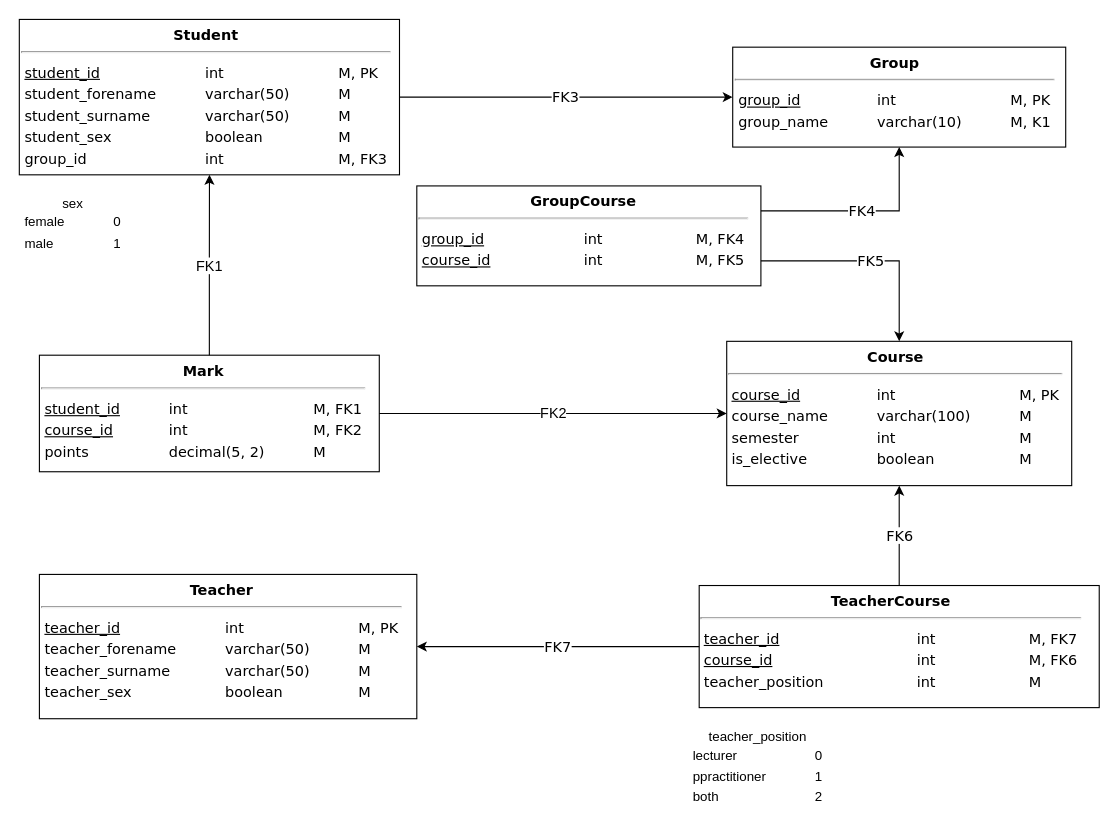
Above: hw02/src/physical-scheme.drawio in cannor147/itmo-db (draw.io), before the change. Source tidied: cells renumbered, new cells numbered last; positions are measured from the earlier drawing's top-left corner, leaving out a move shared by most shapes. Both pictures are drawn from the tidied source at 111%, with x=0, y=0 at pixel (19, 19).
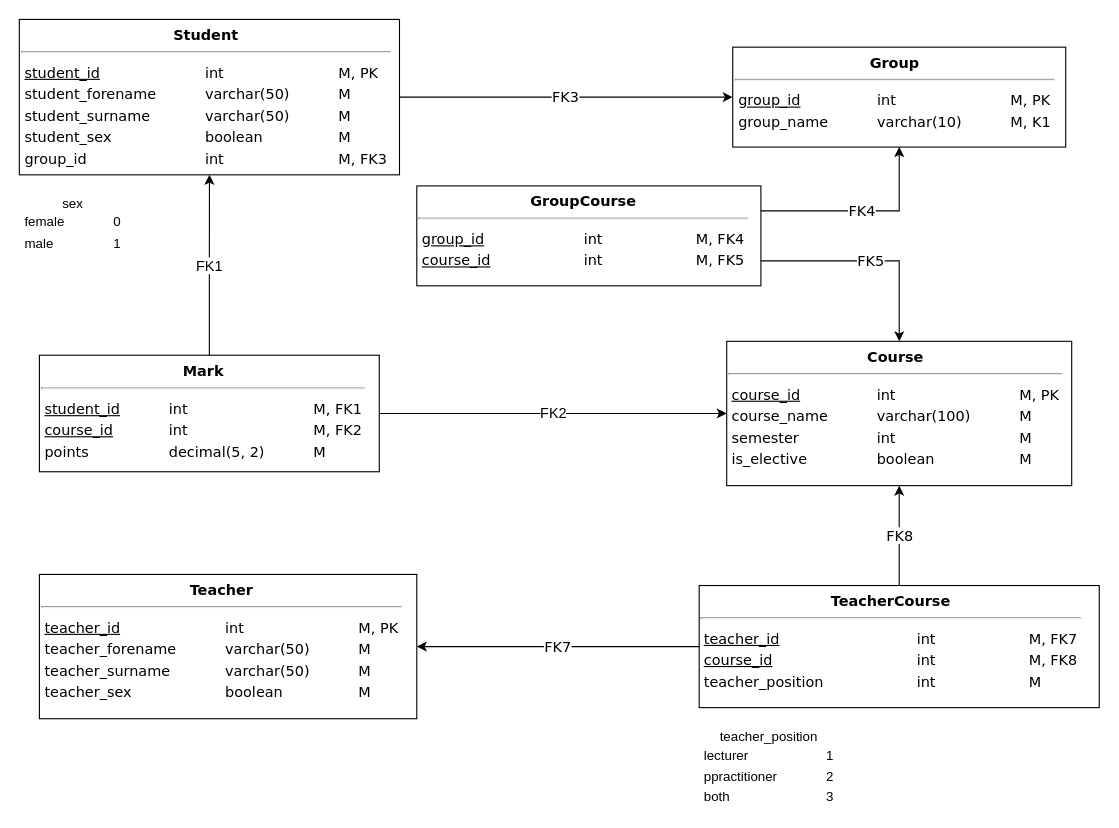
After the change.

Commit message:
fix(teacher_position)

The edit, as a diff of the source:
```diff
@@
 <mxGraphModel>
   <root>
     <mxCell id="0" />
     <mxCell id="1" parent="0" />
     <mxCell id="2" value="FK3" style="edgeStyle=orthogonalEdgeStyle;rounded=0;jettySize=auto;html=1;fontFamily=Verdana;fontSize=13;endArrow=classic;endFill=1;startArrow=none;startFill=0;" parent="1" edge="1" source="3" target="4">
       <mxGeometry relative="1" as="geometry" />
     </mxCell>
     <mxCell id="3" value="&lt;div style=&quot;text-align: center ; font-size: 13px&quot;&gt;&lt;b style=&quot;font-size: 13px&quot;&gt;Student&lt;/b&gt;&lt;/div&gt;&lt;hr style=&quot;font-size: 13px&quot;&gt;&lt;table style=&quot;font-size: 13px&quot;&gt;&lt;tbody style=&quot;font-size: 13px&quot;&gt;&lt;tr style=&quot;font-size: 13px&quot;&gt;&lt;td style=&quot;font-size: 13px&quot;&gt;&lt;u&gt;student_id&lt;/u&gt;&lt;/td&gt;&lt;td style=&quot;font-size: 13px&quot;&gt;&lt;blockquote style=&quot;margin: 0px 0px 0px 40px ; border: none ; padding: 0px ; font-size: 13px&quot;&gt;int&lt;/blockquote&gt;&lt;/td&gt;&lt;td style=&quot;font-size: 13px&quot;&gt;&lt;blockquote style=&quot;margin: 0px 0px 0px 40px ; border: none ; padding: 0px ; font-size: 13px&quot;&gt;M, PK&lt;/blockquote&gt;&lt;/td&gt;&lt;/tr&gt;&lt;tr style=&quot;font-size: 13px&quot;&gt;&lt;td style=&quot;font-size: 13px&quot;&gt;student_forename&lt;/td&gt;&lt;td style=&quot;font-size: 13px&quot;&gt;&lt;blockquote style=&quot;margin: 0px 0px 0px 40px ; border: none ; padding: 0px ; font-size: 13px&quot;&gt;varchar(50)&lt;/blockquote&gt;&lt;/td&gt;&lt;td style=&quot;font-size: 13px&quot;&gt;&lt;blockquote style=&quot;margin: 0px 0px 0px 40px ; border: none ; padding: 0px ; font-size: 13px&quot;&gt;M&lt;/blockquote&gt;&lt;/td&gt;&lt;/tr&gt;&lt;tr style=&quot;font-size: 13px&quot;&gt;&lt;td style=&quot;font-size: 13px&quot;&gt;student_surname&lt;/td&gt;&lt;td style=&quot;font-size: 13px&quot;&gt;&lt;blockquote style=&quot;margin: 0px 0px 0px 40px ; border: none ; padding: 0px ; font-size: 13px&quot;&gt;varchar(50)&lt;/blockquote&gt;&lt;/td&gt;&lt;td style=&quot;font-size: 13px&quot;&gt;&lt;blockquote style=&quot;margin: 0px 0px 0px 40px ; border: none ; padding: 0px ; font-size: 13px&quot;&gt;M&lt;/blockquote&gt;&lt;/td&gt;&lt;/tr&gt;&lt;tr style=&quot;font-size: 13px&quot;&gt;&lt;td style=&quot;font-size: 13px&quot;&gt;student_sex&lt;/td&gt;&lt;td style=&quot;font-size: 13px&quot;&gt;&lt;blockquote style=&quot;margin: 0px 0px 0px 40px ; border: none ; padding: 0px ; font-size: 13px&quot;&gt;boolean&lt;/blockquote&gt;&lt;/td&gt;&lt;td style=&quot;font-size: 13px&quot;&gt;&lt;blockquote style=&quot;margin: 0px 0px 0px 40px ; border: none ; padding: 0px ; font-size: 13px&quot;&gt;M&lt;/blockquote&gt;&lt;/td&gt;&lt;/tr&gt;&lt;tr&gt;&lt;td&gt;group_id&lt;/td&gt;&lt;td&gt;&lt;blockquote style=&quot;margin: 0 0 0 40px ; border: none ; padding: 0px&quot;&gt;int&lt;/blockquote&gt;&lt;/td&gt;&lt;td&gt;&lt;blockquote style=&quot;margin: 0 0 0 40px ; border: none ; padding: 0px&quot;&gt;M, FK3&lt;/blockquote&gt;&lt;/td&gt;&lt;/tr&gt;&lt;/tbody&gt;&lt;/table&gt;" style="rounded=0;whiteSpace=wrap;html=1;labelBackgroundColor=none;fontFamily=Verdana;fontSize=13;align=left;verticalAlign=top;" parent="1" vertex="1">
       <mxGeometry x="-0.1" width="342.5" height="140" as="geometry" />
     </mxCell>
     <mxCell id="4" value="&lt;div style=&quot;text-align: center ; font-size: 13px&quot;&gt;&lt;b style=&quot;font-size: 13px&quot;&gt;Group&lt;/b&gt;&lt;/div&gt;&lt;hr style=&quot;font-size: 13px&quot;&gt;&lt;table style=&quot;font-size: 13px&quot;&gt;&lt;tbody style=&quot;font-size: 13px&quot;&gt;&lt;tr style=&quot;font-size: 13px&quot;&gt;&lt;td style=&quot;font-size: 13px&quot;&gt;&lt;u&gt;group_id&lt;/u&gt;&lt;/td&gt;&lt;td style=&quot;font-size: 13px&quot;&gt;&lt;blockquote style=&quot;margin: 0px 0px 0px 40px ; border: none ; padding: 0px ; font-size: 13px&quot;&gt;int&lt;/blockquote&gt;&lt;/td&gt;&lt;td style=&quot;font-size: 13px&quot;&gt;&lt;blockquote style=&quot;margin: 0px 0px 0px 40px ; border: none ; padding: 0px ; font-size: 13px&quot;&gt;M, PK&lt;/blockquote&gt;&lt;/td&gt;&lt;/tr&gt;&lt;tr style=&quot;font-size: 13px&quot;&gt;&lt;td style=&quot;font-size: 13px&quot;&gt;group_name&lt;/td&gt;&lt;td style=&quot;font-size: 13px&quot;&gt;&lt;blockquote style=&quot;margin: 0px 0px 0px 40px ; border: none ; padding: 0px ; font-size: 13px&quot;&gt;varchar(10)&lt;/blockquote&gt;&lt;/td&gt;&lt;td style=&quot;font-size: 13px&quot;&gt;&lt;blockquote style=&quot;margin: 0px 0px 0px 40px ; border: none ; padding: 0px ; font-size: 13px&quot;&gt;M, K1&lt;/blockquote&gt;&lt;/td&gt;&lt;/tr&gt;&lt;/tbody&gt;&lt;/table&gt;" style="rounded=0;whiteSpace=wrap;html=1;labelBackgroundColor=none;fontFamily=Verdana;fontSize=13;align=left;verticalAlign=top;" parent="1" vertex="1">
       <mxGeometry x="642.6" y="25" width="300" height="90" as="geometry" />
     </mxCell>
     <mxCell id="5" value="&lt;div style=&quot;text-align: center ; font-size: 13px&quot;&gt;&lt;b style=&quot;font-size: 13px&quot;&gt;Teacher&lt;/b&gt;&lt;/div&gt;&lt;hr style=&quot;font-size: 13px&quot;&gt;&lt;table style=&quot;font-size: 13px&quot;&gt;&lt;tbody style=&quot;font-size: 13px&quot;&gt;&lt;tr style=&quot;font-size: 13px&quot;&gt;&lt;td style=&quot;font-size: 13px&quot;&gt;&lt;u&gt;teacher_id&lt;/u&gt;&lt;/td&gt;&lt;td style=&quot;font-size: 13px&quot;&gt;&lt;blockquote style=&quot;margin: 0px 0px 0px 40px ; border: none ; padding: 0px ; font-size: 13px&quot;&gt;int&lt;/blockquote&gt;&lt;/td&gt;&lt;td style=&quot;font-size: 13px&quot;&gt;&lt;blockquote style=&quot;margin: 0px 0px 0px 40px ; border: none ; padding: 0px ; font-size: 13px&quot;&gt;M, PK&lt;/blockquote&gt;&lt;/td&gt;&lt;/tr&gt;&lt;tr style=&quot;font-size: 13px&quot;&gt;&lt;td style=&quot;font-size: 13px&quot;&gt;teacher_forename&lt;/td&gt;&lt;td style=&quot;font-size: 13px&quot;&gt;&lt;blockquote style=&quot;margin: 0px 0px 0px 40px ; border: none ; padding: 0px ; font-size: 13px&quot;&gt;varchar(50)&lt;/blockquote&gt;&lt;/td&gt;&lt;td style=&quot;font-size: 13px&quot;&gt;&lt;blockquote style=&quot;margin: 0px 0px 0px 40px ; border: none ; padding: 0px ; font-size: 13px&quot;&gt;M&lt;/blockquote&gt;&lt;/td&gt;&lt;/tr&gt;&lt;tr style=&quot;font-size: 13px&quot;&gt;&lt;td style=&quot;font-size: 13px&quot;&gt;teacher_surname&lt;/td&gt;&lt;td style=&quot;font-size: 13px&quot;&gt;&lt;blockquote style=&quot;margin: 0px 0px 0px 40px ; border: none ; padding: 0px ; font-size: 13px&quot;&gt;varchar(50)&lt;/blockquote&gt;&lt;/td&gt;&lt;td style=&quot;font-size: 13px&quot;&gt;&lt;blockquote style=&quot;margin: 0px 0px 0px 40px ; border: none ; padding: 0px ; font-size: 13px&quot;&gt;M&lt;/blockquote&gt;&lt;/td&gt;&lt;/tr&gt;&lt;tr style=&quot;font-size: 13px&quot;&gt;&lt;td style=&quot;font-size: 13px&quot;&gt;teacher_sex&lt;/td&gt;&lt;td style=&quot;font-size: 13px&quot;&gt;&lt;blockquote style=&quot;margin: 0px 0px 0px 40px ; border: none ; padding: 0px ; font-size: 13px&quot;&gt;boolean&lt;/blockquote&gt;&lt;/td&gt;&lt;td style=&quot;font-size: 13px&quot;&gt;&lt;blockquote style=&quot;margin: 0px 0px 0px 40px ; border: none ; padding: 0px ; font-size: 13px&quot;&gt;M&lt;/blockquote&gt;&lt;/td&gt;&lt;/tr&gt;&lt;/tbody&gt;&lt;/table&gt;" style="rounded=0;whiteSpace=wrap;html=1;labelBackgroundColor=none;fontFamily=Verdana;fontSize=13;align=left;verticalAlign=top;" parent="1" vertex="1">
       <mxGeometry x="18" y="500" width="340" height="130" as="geometry" />
     </mxCell>
     <mxCell id="6" value="&lt;div style=&quot;text-align: center ; font-size: 13px&quot;&gt;&lt;b style=&quot;font-size: 13px&quot;&gt;Course&lt;/b&gt;&lt;/div&gt;&lt;hr style=&quot;font-size: 13px&quot;&gt;&lt;table style=&quot;font-size: 13px&quot;&gt;&lt;tbody style=&quot;font-size: 13px&quot;&gt;&lt;tr style=&quot;font-size: 13px&quot;&gt;&lt;td style=&quot;font-size: 13px&quot;&gt;&lt;u&gt;course_id&lt;/u&gt;&lt;/td&gt;&lt;td style=&quot;font-size: 13px&quot;&gt;&lt;blockquote style=&quot;margin: 0px 0px 0px 40px ; border: none ; padding: 0px ; font-size: 13px&quot;&gt;int&lt;/blockquote&gt;&lt;/td&gt;&lt;td style=&quot;font-size: 13px&quot;&gt;&lt;blockquote style=&quot;margin: 0px 0px 0px 40px ; border: none ; padding: 0px ; font-size: 13px&quot;&gt;M, PK&lt;/blockquote&gt;&lt;/td&gt;&lt;/tr&gt;&lt;tr style=&quot;font-size: 13px&quot;&gt;&lt;td style=&quot;font-size: 13px&quot;&gt;course_name&lt;/td&gt;&lt;td style=&quot;font-size: 13px&quot;&gt;&lt;blockquote style=&quot;margin: 0px 0px 0px 40px ; border: none ; padding: 0px ; font-size: 13px&quot;&gt;varchar(100)&lt;/blockquote&gt;&lt;/td&gt;&lt;td style=&quot;font-size: 13px&quot;&gt;&lt;blockquote style=&quot;margin: 0px 0px 0px 40px ; border: none ; padding: 0px ; font-size: 13px&quot;&gt;M&lt;/blockquote&gt;&lt;/td&gt;&lt;/tr&gt;&lt;tr style=&quot;font-size: 13px&quot;&gt;&lt;td style=&quot;font-size: 13px&quot;&gt;semester&lt;/td&gt;&lt;td style=&quot;font-size: 13px&quot;&gt;&lt;blockquote style=&quot;margin: 0px 0px 0px 40px ; border: none ; padding: 0px ; font-size: 13px&quot;&gt;int&lt;/blockquote&gt;&lt;/td&gt;&lt;td style=&quot;font-size: 13px&quot;&gt;&lt;blockquote style=&quot;margin: 0px 0px 0px 40px ; border: none ; padding: 0px ; font-size: 13px&quot;&gt;M&lt;/blockquote&gt;&lt;/td&gt;&lt;/tr&gt;&lt;tr style=&quot;font-size: 13px&quot;&gt;&lt;td style=&quot;font-size: 13px&quot;&gt;is_elective&lt;/td&gt;&lt;td style=&quot;font-size: 13px&quot;&gt;&lt;blockquote style=&quot;margin: 0px 0px 0px 40px ; border: none ; padding: 0px ; font-size: 13px&quot;&gt;boolean&lt;/blockquote&gt;&lt;/td&gt;&lt;td style=&quot;font-size: 13px&quot;&gt;&lt;blockquote style=&quot;margin: 0px 0px 0px 40px ; border: none ; padding: 0px ; font-size: 13px&quot;&gt;M&lt;/blockquote&gt;&lt;/td&gt;&lt;/tr&gt;&lt;/tbody&gt;&lt;/table&gt;" style="rounded=0;whiteSpace=wrap;html=1;labelBackgroundColor=none;fontFamily=Verdana;fontSize=13;align=left;verticalAlign=top;" parent="1" vertex="1">
       <mxGeometry x="637.2" y="290" width="310.8" height="130" as="geometry" />
     </mxCell>
     <mxCell id="7" value="&lt;div style=&quot;text-align: center ; font-size: 13px&quot;&gt;&lt;b style=&quot;font-size: 13px&quot;&gt;Mark&lt;/b&gt;&lt;/div&gt;&lt;hr style=&quot;font-size: 13px&quot;&gt;&lt;table style=&quot;font-size: 13px&quot;&gt;&lt;tbody style=&quot;font-size: 13px&quot;&gt;&lt;tr style=&quot;font-size: 13px&quot;&gt;&lt;td style=&quot;font-size: 13px&quot;&gt;&lt;u&gt;student_id&lt;/u&gt;&lt;/td&gt;&lt;td style=&quot;font-size: 13px&quot;&gt;&lt;blockquote style=&quot;margin: 0px 0px 0px 40px ; border: none ; padding: 0px ; font-size: 13px&quot;&gt;int&lt;/blockquote&gt;&lt;/td&gt;&lt;td style=&quot;font-size: 13px&quot;&gt;&lt;blockquote style=&quot;margin: 0px 0px 0px 40px ; border: none ; padding: 0px ; font-size: 13px&quot;&gt;M, FK1&lt;/blockquote&gt;&lt;/td&gt;&lt;/tr&gt;&lt;tr style=&quot;font-size: 13px&quot;&gt;&lt;td style=&quot;font-size: 13px&quot;&gt;&lt;u&gt;course_id&lt;/u&gt;&lt;/td&gt;&lt;td style=&quot;font-size: 13px&quot;&gt;&lt;blockquote style=&quot;margin: 0px 0px 0px 40px ; border: none ; padding: 0px ; font-size: 13px&quot;&gt;int&lt;/blockquote&gt;&lt;/td&gt;&lt;td style=&quot;font-size: 13px&quot;&gt;&lt;blockquote style=&quot;margin: 0px 0px 0px 40px ; border: none ; padding: 0px ; font-size: 13px&quot;&gt;M, FK2&lt;/blockquote&gt;&lt;/td&gt;&lt;/tr&gt;&lt;tr style=&quot;font-size: 13px&quot;&gt;&lt;td style=&quot;font-size: 13px&quot;&gt;points&lt;/td&gt;&lt;td style=&quot;font-size: 13px&quot;&gt;&lt;blockquote style=&quot;margin: 0px 0px 0px 40px ; border: none ; padding: 0px ; font-size: 13px&quot;&gt;decimal(5, 2)&lt;/blockquote&gt;&lt;/td&gt;&lt;td style=&quot;font-size: 13px&quot;&gt;&lt;blockquote style=&quot;margin: 0px 0px 0px 40px ; border: none ; padding: 0px ; font-size: 13px&quot;&gt;M&lt;/blockquote&gt;&lt;/td&gt;&lt;/tr&gt;&lt;/tbody&gt;&lt;/table&gt;" style="rounded=0;whiteSpace=wrap;html=1;labelBackgroundColor=none;fontFamily=Verdana;fontSize=13;align=left;verticalAlign=top;" parent="1" vertex="1">
       <mxGeometry x="18" y="302.5" width="306.2" height="105" as="geometry" />
     </mxCell>
     <mxCell id="8" value="FK1" style="endArrow=classic;html=1;rounded=0;edgeStyle=orthogonalEdgeStyle;fontSize=13;" parent="1" edge="1" source="7" target="3">
       <mxGeometry relative="1" as="geometry" />
     </mxCell>
     <mxCell id="9" value="FK2" style="endArrow=classic;html=1;rounded=0;edgeStyle=orthogonalEdgeStyle;fontSize=13;" parent="1" edge="1" source="7" target="6">
       <mxGeometry relative="1" as="geometry" />
     </mxCell>
     <mxCell id="10" value="&lt;div style=&quot;text-align: center ; font-size: 13px&quot;&gt;&lt;b style=&quot;font-size: 13px&quot;&gt;GroupCourse&lt;/b&gt;&lt;/div&gt;&lt;hr style=&quot;font-size: 13px&quot;&gt;&lt;table style=&quot;font-size: 13px&quot;&gt;&lt;tbody style=&quot;font-size: 13px&quot;&gt;&lt;tr style=&quot;font-size: 13px&quot;&gt;&lt;td style=&quot;font-size: 13px&quot;&gt;&lt;u&gt;group_id&lt;/u&gt;&lt;/td&gt;&lt;td style=&quot;font-size: 13px&quot;&gt;&lt;blockquote style=&quot;margin: 0 0 0 40px ; border: none ; padding: 0px&quot;&gt;&lt;blockquote style=&quot;margin: 0px 0px 0px 40px ; border: none ; padding: 0px ; font-size: 13px&quot;&gt;int&lt;/blockquote&gt;&lt;/blockquote&gt;&lt;/td&gt;&lt;td style=&quot;font-size: 13px&quot;&gt;&lt;blockquote style=&quot;margin: 0 0 0 40px ; border: none ; padding: 0px&quot;&gt;&lt;blockquote style=&quot;margin: 0px 0px 0px 40px ; border: none ; padding: 0px ; font-size: 13px&quot;&gt;M, FK4&lt;/blockquote&gt;&lt;/blockquote&gt;&lt;/td&gt;&lt;/tr&gt;&lt;tr style=&quot;font-size: 13px&quot;&gt;&lt;td style=&quot;font-size: 13px&quot;&gt;&lt;u&gt;course_id&lt;/u&gt;&lt;/td&gt;&lt;td style=&quot;font-size: 13px&quot;&gt;&lt;blockquote style=&quot;margin: 0 0 0 40px ; border: none ; padding: 0px&quot;&gt;&lt;blockquote style=&quot;margin: 0px 0px 0px 40px ; border: none ; padding: 0px ; font-size: 13px&quot;&gt;int&lt;/blockquote&gt;&lt;/blockquote&gt;&lt;/td&gt;&lt;td style=&quot;font-size: 13px&quot;&gt;&lt;blockquote style=&quot;margin: 0 0 0 40px ; border: none ; padding: 0px&quot;&gt;&lt;blockquote style=&quot;margin: 0px 0px 0px 40px ; border: none ; padding: 0px ; font-size: 13px&quot;&gt;M, FK5&lt;/blockquote&gt;&lt;/blockquote&gt;&lt;/td&gt;&lt;/tr&gt;&lt;/tbody&gt;&lt;/table&gt;" style="rounded=0;whiteSpace=wrap;html=1;labelBackgroundColor=none;fontFamily=Verdana;fontSize=13;align=left;verticalAlign=top;" parent="1" vertex="1">
       <mxGeometry x="358" y="150" width="310" height="90" as="geometry" />
     </mxCell>
     <mxCell id="11" value="FK4" style="edgeStyle=orthogonalEdgeStyle;rounded=0;jettySize=auto;html=1;fontFamily=Verdana;fontSize=13;endArrow=classic;endFill=1;startArrow=none;startFill=0;exitX=1;exitY=0.25;exitDx=0;exitDy=0;" parent="1" edge="1" source="10" target="4">
       <mxGeometry relative="1" as="geometry" />
     </mxCell>
     <mxCell id="12" value="FK5" style="edgeStyle=orthogonalEdgeStyle;rounded=0;jettySize=auto;html=1;fontFamily=Verdana;fontSize=13;endArrow=classic;endFill=1;startArrow=none;startFill=0;exitX=1;exitY=0.75;exitDx=0;exitDy=0;" parent="1" edge="1" source="10" target="6">
       <mxGeometry relative="1" as="geometry" />
     </mxCell>
-    <mxCell id="13" value="&lt;div style=&quot;text-align: center ; font-size: 13px&quot;&gt;&lt;b style=&quot;font-size: 13px&quot;&gt;TeacherCourse&lt;/b&gt;&lt;/div&gt;&lt;hr style=&quot;font-size: 13px&quot;&gt;&lt;table style=&quot;font-size: 13px&quot;&gt;&lt;tbody style=&quot;font-size: 13px&quot;&gt;&lt;tr style=&quot;font-size: 13px&quot;&gt;&lt;td style=&quot;font-size: 13px&quot;&gt;&lt;u&gt;teacher_id&lt;/u&gt;&lt;/td&gt;&lt;td style=&quot;font-size: 13px&quot;&gt;&lt;blockquote style=&quot;margin: 0 0 0 40px ; border: none ; padding: 0px&quot;&gt;&lt;blockquote style=&quot;margin: 0px 0px 0px 40px ; border: none ; padding: 0px ; font-size: 13px&quot;&gt;int&lt;/blockquote&gt;&lt;/blockquote&gt;&lt;/td&gt;&lt;td style=&quot;font-size: 13px&quot;&gt;&lt;blockquote style=&quot;margin: 0 0 0 40px ; border: none ; padding: 0px&quot;&gt;&lt;blockquote style=&quot;margin: 0px 0px 0px 40px ; border: none ; padding: 0px ; font-size: 13px&quot;&gt;M, FK7&lt;/blockquote&gt;&lt;/blockquote&gt;&lt;/td&gt;&lt;/tr&gt;&lt;tr style=&quot;font-size: 13px&quot;&gt;&lt;td style=&quot;font-size: 13px&quot;&gt;&lt;u&gt;course_id&lt;/u&gt;&lt;/td&gt;&lt;td style=&quot;font-size: 13px&quot;&gt;&lt;blockquote style=&quot;margin: 0 0 0 40px ; border: none ; padding: 0px&quot;&gt;&lt;blockquote style=&quot;margin: 0px 0px 0px 40px ; border: none ; padding: 0px ; font-size: 13px&quot;&gt;int&lt;/blockquote&gt;&lt;/blockquote&gt;&lt;/td&gt;&lt;td style=&quot;font-size: 13px&quot;&gt;&lt;blockquote style=&quot;margin: 0 0 0 40px ; border: none ; padding: 0px&quot;&gt;&lt;blockquote style=&quot;margin: 0px 0px 0px 40px ; border: none ; padding: 0px ; font-size: 13px&quot;&gt;M, FK6&lt;/blockquote&gt;&lt;/blockquote&gt;&lt;/td&gt;&lt;/tr&gt;&lt;tr&gt;&lt;td&gt;teacher_position&lt;/td&gt;&lt;td&gt;&lt;blockquote style=&quot;margin: 0 0 0 40px ; border: none ; padding: 0px&quot;&gt;&lt;blockquote style=&quot;margin: 0 0 0 40px ; border: none ; padding: 0px&quot;&gt;int&lt;/blockquote&gt;&lt;/blockquote&gt;&lt;/td&gt;&lt;td&gt;&lt;blockquote style=&quot;margin: 0 0 0 40px ; border: none ; padding: 0px&quot;&gt;&lt;blockquote style=&quot;margin: 0 0 0 40px ; border: none ; padding: 0px&quot;&gt;M&lt;/blockquote&gt;&lt;/blockquote&gt;&lt;/td&gt;&lt;/tr&gt;&lt;/tbody&gt;&lt;/table&gt;" style="rounded=0;whiteSpace=wrap;html=1;labelBackgroundColor=none;fontFamily=Verdana;fontSize=13;align=left;verticalAlign=top;" parent="1" vertex="1">
+    <mxCell id="13" value="&lt;div style=&quot;text-align: center ; font-size: 13px&quot;&gt;&lt;b style=&quot;font-size: 13px&quot;&gt;TeacherCourse&lt;/b&gt;&lt;/div&gt;&lt;hr style=&quot;font-size: 13px&quot;&gt;&lt;table style=&quot;font-size: 13px&quot;&gt;&lt;tbody style=&quot;font-size: 13px&quot;&gt;&lt;tr style=&quot;font-size: 13px&quot;&gt;&lt;td style=&quot;font-size: 13px&quot;&gt;&lt;u&gt;teacher_id&lt;/u&gt;&lt;/td&gt;&lt;td style=&quot;font-size: 13px&quot;&gt;&lt;blockquote style=&quot;margin: 0 0 0 40px ; border: none ; padding: 0px&quot;&gt;&lt;blockquote style=&quot;margin: 0px 0px 0px 40px ; border: none ; padding: 0px ; font-size: 13px&quot;&gt;int&lt;/blockquote&gt;&lt;/blockquote&gt;&lt;/td&gt;&lt;td style=&quot;font-size: 13px&quot;&gt;&lt;blockquote style=&quot;margin: 0 0 0 40px ; border: none ; padding: 0px&quot;&gt;&lt;blockquote style=&quot;margin: 0px 0px 0px 40px ; border: none ; padding: 0px ; font-size: 13px&quot;&gt;M, FK7&lt;/blockquote&gt;&lt;/blockquote&gt;&lt;/td&gt;&lt;/tr&gt;&lt;tr style=&quot;font-size: 13px&quot;&gt;&lt;td style=&quot;font-size: 13px&quot;&gt;&lt;u&gt;course_id&lt;/u&gt;&lt;/td&gt;&lt;td style=&quot;font-size: 13px&quot;&gt;&lt;blockquote style=&quot;margin: 0 0 0 40px ; border: none ; padding: 0px&quot;&gt;&lt;blockquote style=&quot;margin: 0px 0px 0px 40px ; border: none ; padding: 0px ; font-size: 13px&quot;&gt;int&lt;/blockquote&gt;&lt;/blockquote&gt;&lt;/td&gt;&lt;td style=&quot;font-size: 13px&quot;&gt;&lt;blockquote style=&quot;margin: 0 0 0 40px ; border: none ; padding: 0px&quot;&gt;&lt;blockquote style=&quot;margin: 0px 0px 0px 40px ; border: none ; padding: 0px ; font-size: 13px&quot;&gt;M, FK8&lt;/blockquote&gt;&lt;/blockquote&gt;&lt;/td&gt;&lt;/tr&gt;&lt;tr&gt;&lt;td&gt;teacher_position&lt;/td&gt;&lt;td&gt;&lt;blockquote style=&quot;margin: 0 0 0 40px ; border: none ; padding: 0px&quot;&gt;&lt;blockquote style=&quot;margin: 0 0 0 40px ; border: none ; padding: 0px&quot;&gt;int&lt;/blockquote&gt;&lt;/blockquote&gt;&lt;/td&gt;&lt;td&gt;&lt;blockquote style=&quot;margin: 0 0 0 40px ; border: none ; padding: 0px&quot;&gt;&lt;blockquote style=&quot;margin: 0 0 0 40px ; border: none ; padding: 0px&quot;&gt;M&lt;/blockquote&gt;&lt;/blockquote&gt;&lt;/td&gt;&lt;/tr&gt;&lt;/tbody&gt;&lt;/table&gt;" style="rounded=0;whiteSpace=wrap;html=1;labelBackgroundColor=none;fontFamily=Verdana;fontSize=13;align=left;verticalAlign=top;" parent="1" vertex="1">
       <mxGeometry x="612.4" y="510" width="360.4" height="110" as="geometry" />
     </mxCell>
-    <mxCell id="14" value="FK6" style="endArrow=none;html=1;fontFamily=Verdana;fontSize=13;rounded=0;endFill=0;startArrow=classic;startFill=1;edgeStyle=orthogonalEdgeStyle;" parent="1" edge="1" source="6" target="13">
+    <mxCell id="14" value="FK8" style="endArrow=none;html=1;fontFamily=Verdana;fontSize=13;rounded=0;endFill=0;startArrow=classic;startFill=1;edgeStyle=orthogonalEdgeStyle;" parent="1" edge="1" source="6" target="13">
       <mxGeometry relative="1" as="geometry" />
     </mxCell>
     <mxCell id="15" value="FK7" style="endArrow=none;html=1;fontFamily=Verdana;fontSize=13;rounded=0;endFill=0;startArrow=classic;startFill=1;edgeStyle=orthogonalEdgeStyle;" parent="1" edge="1" source="5" target="13">
       <mxGeometry relative="1" as="geometry" />
     </mxCell>
-    <mxCell id="16" value="&lt;div style=&quot;text-align: center&quot;&gt;&lt;span&gt;teacher_position&lt;/span&gt;&lt;/div&gt;&lt;table&gt;&lt;tbody&gt;&lt;tr&gt;&lt;td&gt;lecturer&lt;/td&gt;&lt;td&gt;&lt;blockquote style=&quot;margin: 0 0 0 40px ; border: none ; padding: 0px&quot;&gt;0&lt;/blockquote&gt;&lt;/td&gt;&lt;/tr&gt;&lt;tr&gt;&lt;td&gt;ppractitioner&lt;/td&gt;&lt;td&gt;&lt;blockquote style=&quot;margin: 0 0 0 40px ; border: none ; padding: 0px&quot;&gt;1&lt;/blockquote&gt;&lt;/td&gt;&lt;/tr&gt;&lt;tr&gt;&lt;td&gt;both&lt;/td&gt;&lt;td&gt;&lt;blockquote style=&quot;margin: 0 0 0 40px ; border: none ; padding: 0px&quot;&gt;2&lt;/blockquote&gt;&lt;/td&gt;&lt;/tr&gt;&lt;/tbody&gt;&lt;/table&gt;" style="text;html=1;align=left;verticalAlign=middle;" parent="1" vertex="1">
-      <mxGeometry x="602.4" y="640" width="140" height="70" as="geometry" />
+    <mxCell id="16" value="&lt;div style=&quot;text-align: center&quot;&gt;&lt;span&gt;teacher_position&lt;/span&gt;&lt;/div&gt;&lt;table&gt;&lt;tbody&gt;&lt;tr&gt;&lt;td&gt;lecturer&lt;/td&gt;&lt;td&gt;&lt;blockquote style=&quot;margin: 0 0 0 40px ; border: none ; padding: 0px&quot;&gt;1&lt;/blockquote&gt;&lt;/td&gt;&lt;/tr&gt;&lt;tr&gt;&lt;td&gt;ppractitioner&lt;/td&gt;&lt;td&gt;&lt;blockquote style=&quot;margin: 0 0 0 40px ; border: none ; padding: 0px&quot;&gt;2&lt;/blockquote&gt;&lt;/td&gt;&lt;/tr&gt;&lt;tr&gt;&lt;td&gt;both&lt;/td&gt;&lt;td&gt;&lt;blockquote style=&quot;margin: 0 0 0 40px ; border: none ; padding: 0px&quot;&gt;3&lt;/blockquote&gt;&lt;/td&gt;&lt;/tr&gt;&lt;/tbody&gt;&lt;/table&gt;" style="text;html=1;align=left;verticalAlign=middle;" parent="1" vertex="1">
+      <mxGeometry x="612.4" y="640" width="140" height="70" as="geometry" />
     </mxCell>
     <mxCell id="17" value="&lt;div style=&quot;text-align: center&quot;&gt;&lt;span&gt;sex&lt;/span&gt;&lt;/div&gt;&lt;table&gt;&lt;tbody&gt;&lt;tr&gt;&lt;td&gt;female&lt;/td&gt;&lt;td&gt;&lt;blockquote style=&quot;margin: 0 0 0 40px ; border: none ; padding: 0px&quot;&gt;0&lt;/blockquote&gt;&lt;/td&gt;&lt;/tr&gt;&lt;tr&gt;&lt;td&gt;male&lt;/td&gt;&lt;td&gt;&lt;blockquote style=&quot;margin: 0 0 0 40px ; border: none ; padding: 0px&quot;&gt;1&lt;/blockquote&gt;&lt;/td&gt;&lt;/tr&gt;&lt;/tbody&gt;&lt;/table&gt;" style="text;html=1;align=left;verticalAlign=middle;" parent="1" vertex="1">
       <mxGeometry x="-0.1" y="160" width="110" height="50" as="geometry" />
     </mxCell>
   </root>
 </mxGraphModel>
```
